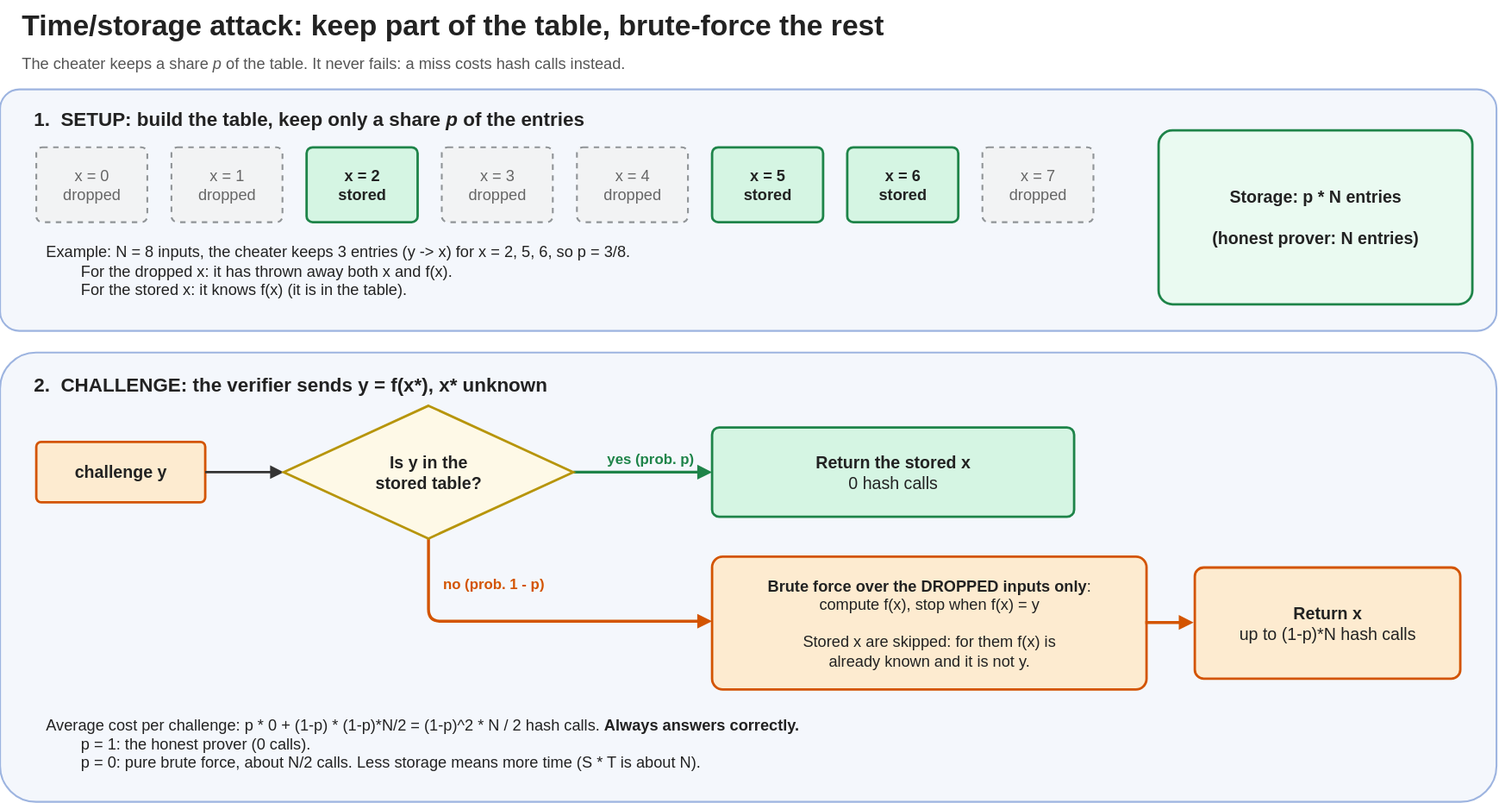
Above: Project/Diagramms/TimeStorageAttack.svg in AngelosKamaris/AAU-1st-Semester-Repo-Group-8 (draw.io), before the change. Source tidied: cells renumbered, new cells last; positions are measured from the earlier drawing's top-left corner, leaving out a move shared by most shapes. Its diagram source:
```xml
<mxGraphModel>
  <root>
    <mxCell id="0" />
    <mxCell id="1" parent="0" />
    <mxCell id="2" value="Time/storage attack: keep part of the table, brute-force the rest" style="html=1;whiteSpace=wrap;fontSize=24;fontColor=#222222;align=left;verticalAlign=top;fillColor=none;strokeColor=none;fontStyle=1;spacingLeft=6;" parent="1" vertex="1">
      <mxGeometry x="10" width="1220" height="34" as="geometry" />
    </mxCell>
    <mxCell id="3" value="The cheater keeps a share &lt;i&gt;p&lt;/i&gt; of the table. It never fails: a miss costs hash calls instead." style="html=1;whiteSpace=wrap;fontSize=13;fontColor=#555555;align=left;verticalAlign=top;fillColor=none;strokeColor=none;spacingLeft=6;" parent="1" vertex="1">
      <mxGeometry x="10" y="38" width="1220" height="24" as="geometry" />
    </mxCell>
    <mxCell id="4" style="html=1;whiteSpace=wrap;fontSize=13;fontColor=#222222;align=center;verticalAlign=middle;rounded=1;arcSize=8;fillColor=#f4f7fc;strokeColor=#9db4e0;strokeWidth=1.5;" parent="1" vertex="1">
      <mxGeometry y="74" width="1240" height="200" as="geometry" />
    </mxCell>
    <mxCell id="5" value="1.&amp;nbsp; SETUP: build the table, keep only a share &lt;i&gt;p&lt;/i&gt; of the entries" style="html=1;whiteSpace=wrap;fontSize=16;fontColor=#222222;align=left;verticalAlign=top;fillColor=none;strokeColor=none;fontStyle=1;spacingLeft=6;" parent="1" vertex="1">
      <mxGeometry x="20" y="82" width="900" height="26" as="geometry" />
    </mxCell>
    <mxCell id="6" value="x = 0&lt;br&gt;dropped" style="html=1;whiteSpace=wrap;fontSize=13;fontColor=#666666;align=center;verticalAlign=middle;rounded=1;arcSize=8;fillColor=#f2f3f4;strokeColor=#909497;strokeWidth=1.5;dashed=1;" parent="1" vertex="1">
      <mxGeometry x="30" y="122" width="92" height="62" as="geometry" />
    </mxCell>
    <mxCell id="7" value="x = 1&lt;br&gt;dropped" style="html=1;whiteSpace=wrap;fontSize=13;fontColor=#666666;align=center;verticalAlign=middle;rounded=1;arcSize=8;fillColor=#f2f3f4;strokeColor=#909497;strokeWidth=1.5;dashed=1;" parent="1" vertex="1">
      <mxGeometry x="142" y="122" width="92" height="62" as="geometry" />
    </mxCell>
    <mxCell id="8" value="x = 2&lt;br&gt;stored" style="html=1;whiteSpace=wrap;fontSize=13;fontColor=#222222;align=center;verticalAlign=middle;rounded=1;arcSize=8;fillColor=#d5f5e3;strokeColor=#1e8449;strokeWidth=2;fontStyle=1;" parent="1" vertex="1">
      <mxGeometry x="254" y="122" width="92" height="62" as="geometry" />
    </mxCell>
    <mxCell id="9" value="x = 3&lt;br&gt;dropped" style="html=1;whiteSpace=wrap;fontSize=13;fontColor=#666666;align=center;verticalAlign=middle;rounded=1;arcSize=8;fillColor=#f2f3f4;strokeColor=#909497;strokeWidth=1.5;dashed=1;" parent="1" vertex="1">
      <mxGeometry x="366" y="122" width="92" height="62" as="geometry" />
    </mxCell>
    <mxCell id="10" value="x = 4&lt;br&gt;dropped" style="html=1;whiteSpace=wrap;fontSize=13;fontColor=#666666;align=center;verticalAlign=middle;rounded=1;arcSize=8;fillColor=#f2f3f4;strokeColor=#909497;strokeWidth=1.5;dashed=1;" parent="1" vertex="1">
      <mxGeometry x="478" y="122" width="92" height="62" as="geometry" />
    </mxCell>
    <mxCell id="11" value="x = 5&lt;br&gt;stored" style="html=1;whiteSpace=wrap;fontSize=13;fontColor=#222222;align=center;verticalAlign=middle;rounded=1;arcSize=8;fillColor=#d5f5e3;strokeColor=#1e8449;strokeWidth=2;fontStyle=1;" parent="1" vertex="1">
      <mxGeometry x="590" y="122" width="92" height="62" as="geometry" />
    </mxCell>
    <mxCell id="12" value="x = 6&lt;br&gt;stored" style="html=1;whiteSpace=wrap;fontSize=13;fontColor=#222222;align=center;verticalAlign=middle;rounded=1;arcSize=8;fillColor=#d5f5e3;strokeColor=#1e8449;strokeWidth=2;fontStyle=1;" parent="1" vertex="1">
      <mxGeometry x="702" y="122" width="92" height="62" as="geometry" />
    </mxCell>
    <mxCell id="13" value="x = 7&lt;br&gt;dropped" style="html=1;whiteSpace=wrap;fontSize=13;fontColor=#666666;align=center;verticalAlign=middle;rounded=1;arcSize=8;fillColor=#f2f3f4;strokeColor=#909497;strokeWidth=1.5;dashed=1;" parent="1" vertex="1">
      <mxGeometry x="814" y="122" width="92" height="62" as="geometry" />
    </mxCell>
    <mxCell id="14" value="Example: N = 8 inputs, the cheater keeps 3 entries (y -&amp;gt; x) for x = 2, 5, 6, so p = 3/8.&lt;br&gt;&lt;span style=&quot;white-space: pre;&quot;&gt;&#9;&lt;/span&gt;For the dropped x: it has thrown away both x and f(x).&lt;br&gt;&lt;span style=&quot;white-space: pre;&quot;&gt;&#9;&lt;/span&gt;For the stored x: it knows f(x) (it is in the table)." style="html=1;whiteSpace=wrap;fontSize=13;fontColor=#222222;align=left;verticalAlign=top;fillColor=none;strokeColor=none;spacingLeft=6;" parent="1" vertex="1">
      <mxGeometry x="30" y="194" width="900" height="70" as="geometry" />
    </mxCell>
    <mxCell id="15" value="Storage:  p * N entries&lt;br&gt;&lt;br&gt;(honest prover: N entries)" style="html=1;whiteSpace=wrap;fontSize=14;fontColor=#222222;align=center;verticalAlign=middle;rounded=1;arcSize=8;fillColor=#eafaf1;strokeColor=#1e8449;strokeWidth=2;fontStyle=1;" parent="1" vertex="1">
      <mxGeometry x="960" y="108" width="260" height="144" as="geometry" />
    </mxCell>
    <mxCell id="16" style="html=1;whiteSpace=wrap;fontSize=13;fontColor=#222222;align=center;verticalAlign=middle;rounded=1;arcSize=8;fillColor=#f4f7fc;strokeColor=#9db4e0;strokeWidth=1.5;" parent="1" vertex="1">
      <mxGeometry y="292" width="1240" height="372" as="geometry" />
    </mxCell>
    <mxCell id="17" value="2.&amp;nbsp; CHALLENGE: the verifier sends y = f(x*), x* unknown" style="html=1;whiteSpace=wrap;fontSize=16;fontColor=#222222;align=left;verticalAlign=top;fillColor=none;strokeColor=none;fontStyle=1;spacingLeft=6;" parent="1" vertex="1">
      <mxGeometry x="20" y="302" width="900" height="26" as="geometry" />
    </mxCell>
    <mxCell id="18" value="challenge y" style="html=1;whiteSpace=wrap;fontSize=14;fontColor=#222222;align=center;verticalAlign=middle;rounded=1;arcSize=8;fillColor=#fdebd0;strokeColor=#d35400;strokeWidth=2;fontStyle=1;" parent="1" vertex="1">
      <mxGeometry x="30" y="366" width="140" height="50" as="geometry" />
    </mxCell>
    <mxCell id="19" style="edgeStyle=none;html=1;endArrow=block;endFill=1;strokeColor=#333333;strokeWidth=2;" parent="1" edge="1">
      <mxGeometry relative="1" as="geometry">
        <mxPoint x="170" y="391" as="sourcePoint" />
        <mxPoint x="235" y="391" as="targetPoint" />
      </mxGeometry>
    </mxCell>
    <mxCell id="20" style="edgeStyle=none;html=1;endArrow=block;endFill=1;strokeColor=#1e8449;strokeWidth=2.4;" parent="1" edge="1">
      <mxGeometry relative="1" as="geometry">
        <mxPoint x="475" y="391" as="sourcePoint" />
        <mxPoint x="590" y="391" as="targetPoint" />
      </mxGeometry>
    </mxCell>
    <mxCell id="21" value="yes (prob. p)" style="html=1;whiteSpace=wrap;fontSize=12;fontColor=#1e8449;align=left;verticalAlign=top;fillColor=none;strokeColor=none;fontStyle=1;spacingLeft=6;" parent="1" vertex="1">
      <mxGeometry x="495" y="366" width="100" height="20" as="geometry" />
    </mxCell>
    <mxCell id="22" value="Return the stored x&lt;br&gt;&lt;span style=&quot;font-weight: normal;&quot;&gt;0 hash calls&lt;/span&gt;" style="html=1;whiteSpace=wrap;fontSize=14;fontColor=#222222;align=center;verticalAlign=middle;rounded=1;arcSize=8;fillColor=#d5f5e3;strokeColor=#1e8449;strokeWidth=2;fontStyle=1;" parent="1" vertex="1">
      <mxGeometry x="590" y="354" width="300" height="74" as="geometry" />
    </mxCell>
    <mxCell id="23" style="edgeStyle=none;html=1;endArrow=block;endFill=1;strokeColor=#d35400;strokeWidth=2.4;exitX=0.5;exitY=1.014;exitDx=0;exitDy=0;exitPerimeter=0;" parent="1" edge="1">
      <mxGeometry x="0.02" relative="1" as="geometry">
        <mxPoint x="355" y="446" as="sourcePoint" />
        <mxPoint x="590" y="514.5" as="targetPoint" />
        <Array as="points">
          <mxPoint x="355" y="514.5" />
        </Array>
      </mxGeometry>
    </mxCell>
    <mxCell id="24" value="no (prob. 1 - p)" style="html=1;whiteSpace=wrap;fontSize=12;fontColor=#d35400;align=left;verticalAlign=top;fillColor=none;strokeColor=none;fontStyle=1;spacingLeft=6;" parent="1" vertex="1">
      <mxGeometry x="359" y="470" width="130" height="20" as="geometry" />
    </mxCell>
    <mxCell id="25" value="&lt;b&gt;Brute force over the DROPPED inputs only&lt;/b&gt;:&lt;br&gt;compute f(x), stop when f(x) = y&lt;br&gt;&lt;br&gt;Stored x are skipped: for them f(x) is&lt;br&gt;already known and it is not y." style="html=1;whiteSpace=wrap;fontSize=13;fontColor=#222222;align=center;verticalAlign=middle;rounded=1;arcSize=8;fillColor=#fdebd0;strokeColor=#d35400;strokeWidth=2;" parent="1" vertex="1">
      <mxGeometry x="590" y="461" width="360" height="110" as="geometry" />
    </mxCell>
    <mxCell id="26" style="edgeStyle=none;html=1;endArrow=block;endFill=1;strokeColor=#d35400;strokeWidth=2.4;" parent="1" edge="1">
      <mxGeometry relative="1" as="geometry">
        <mxPoint x="949" y="515.5" as="sourcePoint" />
        <mxPoint x="989" y="515.5" as="targetPoint" />
      </mxGeometry>
    </mxCell>
    <mxCell id="27" value="&lt;font style=&quot;font-size: 14px;&quot;&gt;Return x&lt;/font&gt;&lt;div&gt;&lt;span style=&quot;font-weight: normal;&quot;&gt;&lt;font style=&quot;font-size: 14px;&quot;&gt;up to (1-p)*N&amp;nbsp;hash calls&lt;/font&gt;&lt;/span&gt;&lt;/div&gt;" style="html=1;whiteSpace=wrap;fontSize=13;fontColor=#222222;align=center;verticalAlign=middle;rounded=1;arcSize=8;fillColor=#fdebd0;strokeColor=#d35400;strokeWidth=2;fontStyle=1;" parent="1" vertex="1">
      <mxGeometry x="990" y="470" width="220" height="92" as="geometry" />
    </mxCell>
    <mxCell id="28" value="Average cost per challenge:  p * 0  +  (1-p) * (1-p)*N/2  =  (1-p)^2 * N / 2 hash calls.     &lt;b&gt;Always answers correctly.&lt;/b&gt;&lt;div&gt;&lt;div&gt;&lt;span style=&quot;white-space: pre;&quot;&gt;&#9;&lt;/span&gt;p = 1: the honest prover (0 calls).&amp;nbsp;&lt;/div&gt;&lt;div&gt;&lt;span style=&quot;white-space: pre;&quot;&gt;&#9;&lt;/span&gt;p = 0: pure brute force, about N/2 calls.     Less storage means more time (S * T is about N).&lt;/div&gt;&lt;/div&gt;" style="html=1;whiteSpace=wrap;fontSize=13;fontColor=#222222;align=left;verticalAlign=top;fillColor=none;strokeColor=none;spacingLeft=6;" parent="1" vertex="1">
      <mxGeometry x="30" y="586" width="1180" height="70" as="geometry" />
    </mxCell>
    <mxCell id="29" value="Is y in the&lt;br&gt;stored table?" style="html=1;whiteSpace=wrap;fontSize=14;fontColor=#222222;align=center;verticalAlign=middle;rhombus;fillColor=#fef9e7;strokeColor=#b7950b;strokeWidth=2;fontStyle=1;" parent="1" vertex="1">
      <mxGeometry x="235" y="336" width="240" height="110" as="geometry" />
    </mxCell>
  </root>
</mxGraphModel>
```
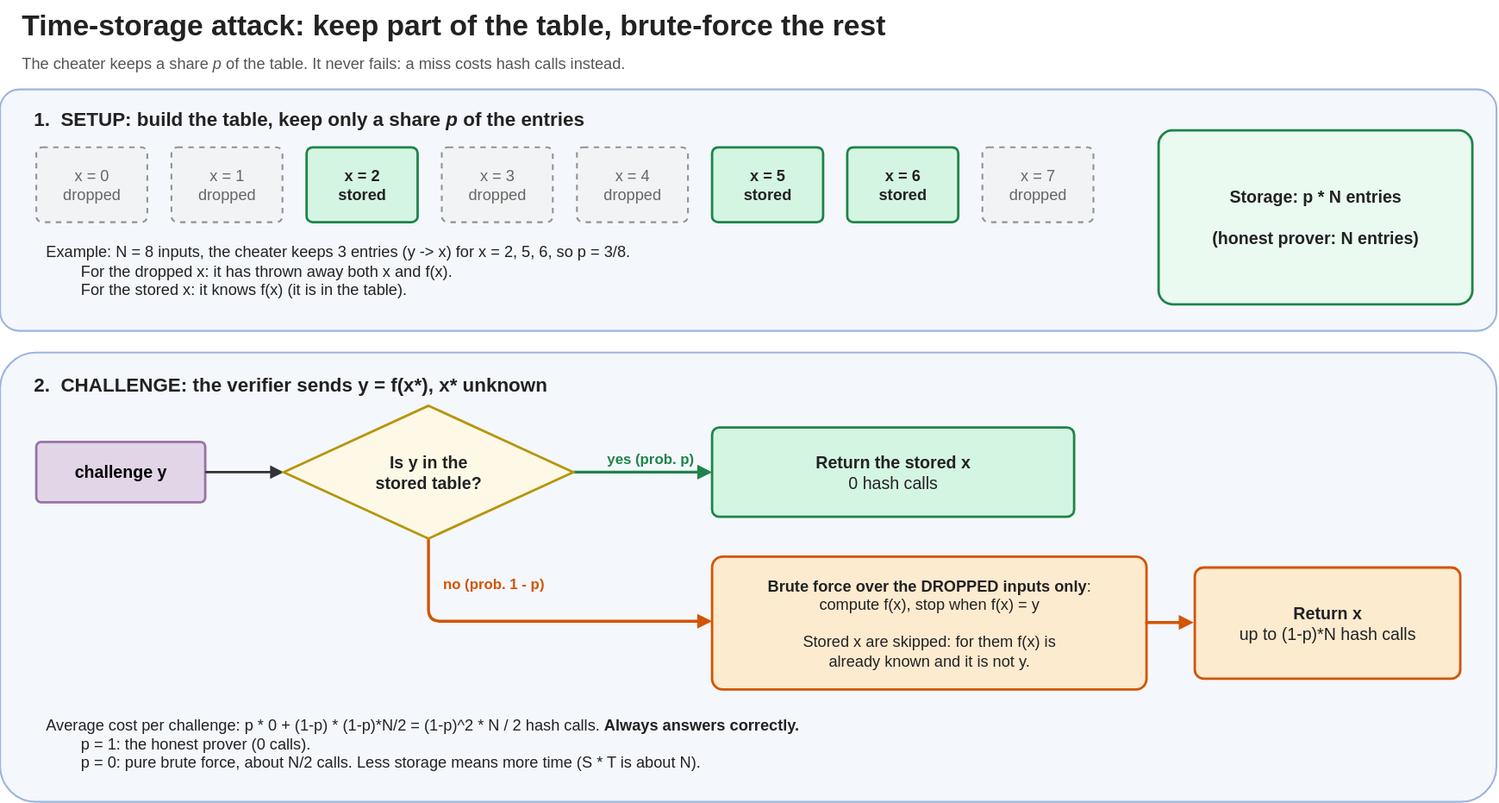
Above is the later version.

Commit message:
Improve time-storage attack diagram

Diff of the diagram source:
```diff
@@ -2,7 +2,7 @@
   <root>
     <mxCell id="0" />
     <mxCell id="1" parent="0" />
-    <mxCell id="2" value="Time/storage attack: keep part of the table, brute-force the rest" style="html=1;whiteSpace=wrap;fontSize=24;fontColor=#222222;align=left;verticalAlign=top;fillColor=none;strokeColor=none;fontStyle=1;spacingLeft=6;" parent="1" vertex="1">
+    <mxCell id="2" value="Time-storage attack: keep part of the table, brute-force the rest" style="html=1;whiteSpace=wrap;fontSize=24;fontColor=#222222;align=left;verticalAlign=top;fillColor=none;strokeColor=none;fontStyle=1;spacingLeft=6;" parent="1" vertex="1">
       <mxGeometry x="10" width="1220" height="34" as="geometry" />
     </mxCell>
     <mxCell id="3" value="The cheater keeps a share &lt;i&gt;p&lt;/i&gt; of the table. It never fails: a miss costs hash calls instead." style="html=1;whiteSpace=wrap;fontSize=13;fontColor=#555555;align=left;verticalAlign=top;fillColor=none;strokeColor=none;spacingLeft=6;" parent="1" vertex="1">
@@ -50,7 +50,7 @@
     <mxCell id="17" value="2.&amp;nbsp; CHALLENGE: the verifier sends y = f(x*), x* unknown" style="html=1;whiteSpace=wrap;fontSize=16;fontColor=#222222;align=left;verticalAlign=top;fillColor=none;strokeColor=none;fontStyle=1;spacingLeft=6;" parent="1" vertex="1">
       <mxGeometry x="20" y="302" width="900" height="26" as="geometry" />
     </mxCell>
-    <mxCell id="18" value="challenge y" style="html=1;whiteSpace=wrap;fontSize=14;fontColor=#222222;align=center;verticalAlign=middle;rounded=1;arcSize=8;fillColor=#fdebd0;strokeColor=#d35400;strokeWidth=2;fontStyle=1;" parent="1" vertex="1">
+    <mxCell id="18" value="challenge y" style="html=1;whiteSpace=wrap;fontSize=14;align=center;verticalAlign=middle;rounded=1;arcSize=8;fillColor=#e1d5e7;strokeColor=#9673a6;strokeWidth=2;fontStyle=1;" parent="1" vertex="1">
       <mxGeometry x="30" y="366" width="140" height="50" as="geometry" />
     </mxCell>
     <mxCell id="19" style="edgeStyle=none;html=1;endArrow=block;endFill=1;strokeColor=#333333;strokeWidth=2;" parent="1" edge="1">
```
